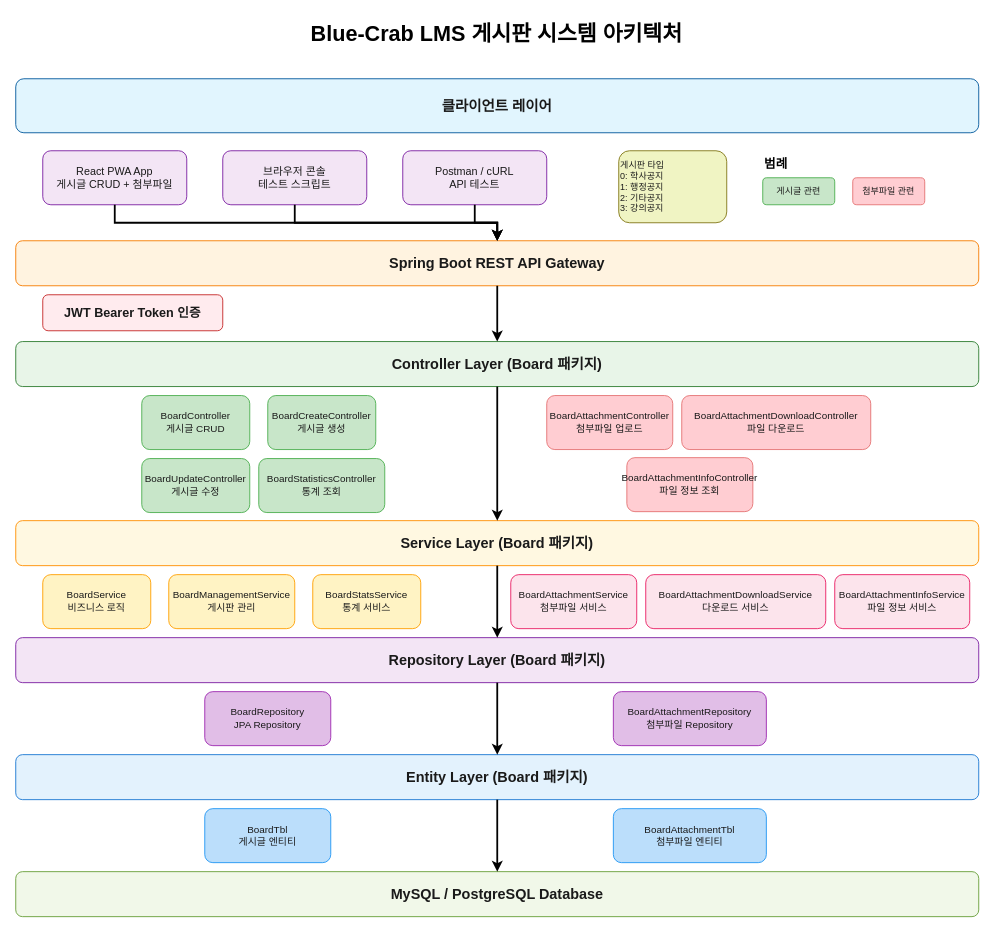
Above: backend/BlueCrab/docs/게시판/다이어그램-신판/board-architecture.drawio in hooting76/blue-crab-lms (draw.io), before the change. Source tidied: cells renumbered, new cells numbered last; positions are measured from the earlier drawing's top-left corner, leaving out a move shared by most shapes. Both pictures are drawn from the tidied source at 90%, with x=0, y=0 at pixel (15, 15).
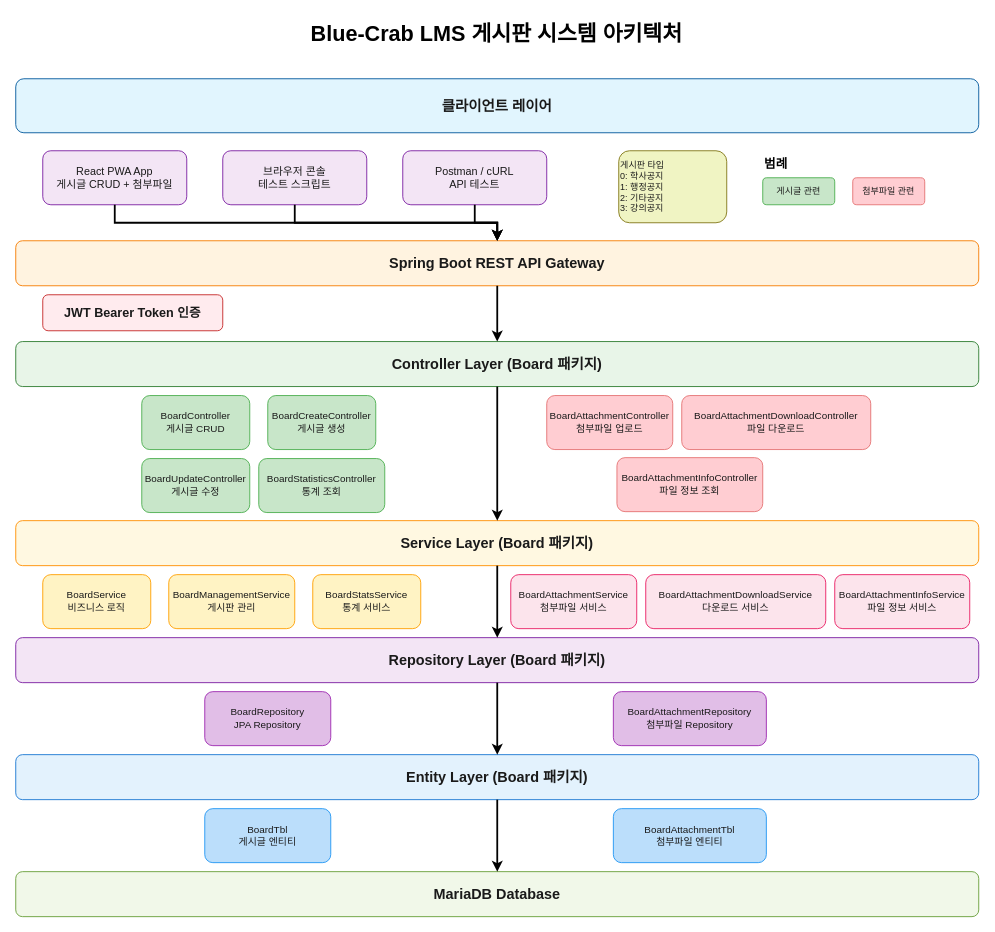
The same diagram, later.

Diff of the diagram source:
```diff
@@
     <mxCell id="16" value="BoardAttachmentInfoController&#10;파일 정보 조회" style="rounded=1;whiteSpace=wrap;html=1;fillColor=#ffcdd2;strokeColor=#e57373;fontSize=11;fontColor=#1a1a1a;" parent="1" vertex="1">
-      <mxGeometry x="679" y="491" width="140" height="60" as="geometry" />
+      <mxGeometry x="668" y="491" width="162" height="60" as="geometry" />
     </mxCell>
@@
-    <mxCell id="30" value="MySQL / PostgreSQL Database" style="rounded=1;whiteSpace=wrap;html=1;fillColor=#f1f8e9;strokeColor=#689f38;fontSize=16;fontStyle=1;fontColor=#1a1a1a;" parent="1" vertex="1">
+    <mxCell id="30" value="MariaDB Database" style="rounded=1;whiteSpace=wrap;html=1;fillColor=#f1f8e9;strokeColor=#689f38;fontSize=16;fontStyle=1;fontColor=#1a1a1a;" parent="1" vertex="1">
       <mxGeometry y="951" width="1070" height="50" as="geometry" />
     </mxCell>
```
